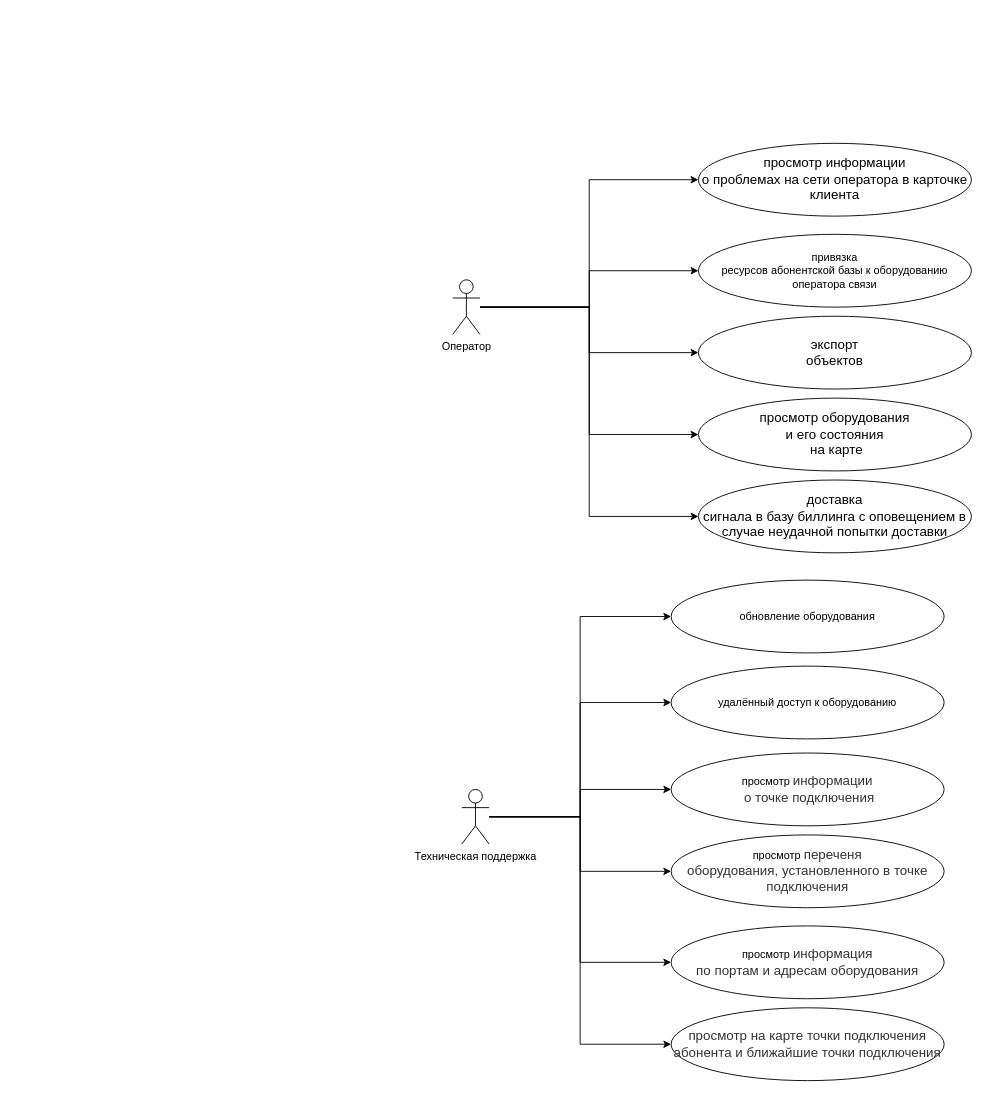
The draw.io diagram UML.drawio in LastChanse/Designing, before the edit. Source tidied: cells renumbered, new cells numbered last; positions are measured from the earlier drawing's top-left corner, leaving out a move shared by most shapes. Both pictures are drawn from the tidied source at 91%, with x=0, y=0 at pixel (452, 143).
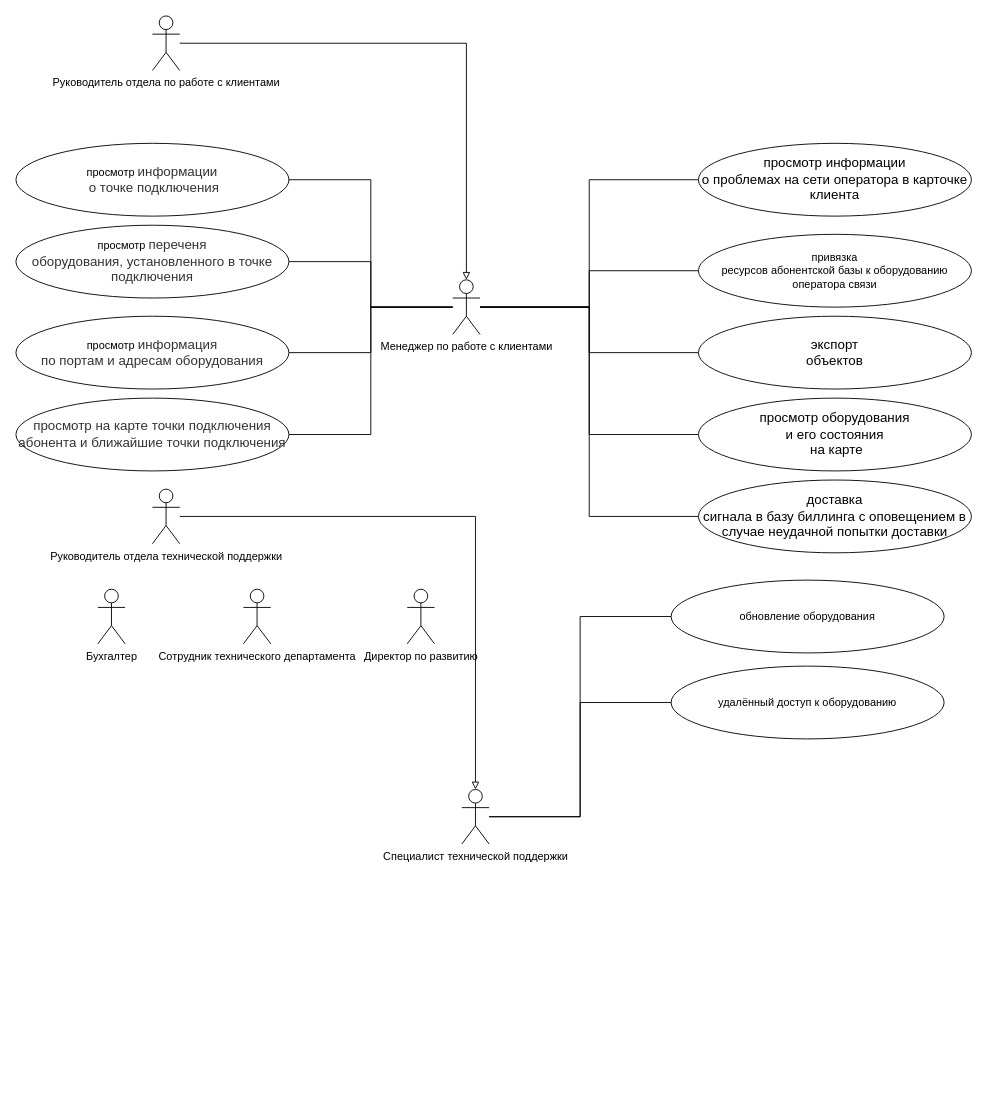
The same diagram, later.

Unchanged cells that the change refers to:
```xml
<mxCell id="8" value="&lt;div&gt;&lt;span lang=&quot;ru&quot;&gt;привязка&lt;/span&gt;&lt;/div&gt;&lt;div&gt;&lt;span lang=&quot;ru&quot;&gt;&lt;/span&gt;&lt;/div&gt;&lt;span lang=&quot;ru&quot;&gt;ресурсов абонентской базы к оборудованию оператора связи&lt;/span&gt;" style="ellipse;whiteSpace=wrap;html=1;" parent="1" vertex="1">
  <mxGeometry x="270" y="100" width="300" height="80" as="geometry" />
</mxCell>
<mxCell id="9" value="&lt;span style=&quot;font-size:11.0pt;line-height:&lt;br/&gt;115%;font-family:&amp;quot;Arial&amp;quot;,sans-serif;mso-fareast-font-family:Arial;color:black;&lt;br/&gt;mso-ansi-language:#0019;mso-fareast-language:RU;mso-bidi-language:AR-SA&quot; lang=&quot;ru&quot;&gt;экспорт&lt;br/&gt;объектов&lt;/span&gt;" style="ellipse;whiteSpace=wrap;html=1;" parent="1" vertex="1">
  <mxGeometry x="270" y="190" width="300" height="80" as="geometry" />
</mxCell>
<mxCell id="10" value="&lt;div&gt;&lt;span style=&quot;font-size:11.0pt;line-height:&lt;br/&gt;115%;font-family:&amp;quot;Arial&amp;quot;,sans-serif;mso-fareast-font-family:Arial;color:black;&lt;br/&gt;mso-ansi-language:#0019;mso-fareast-language:RU;mso-bidi-language:AR-SA&quot; lang=&quot;ru&quot;&gt;просмотр оборудования&lt;br/&gt;и его состояния&lt;/span&gt;&lt;/div&gt;&lt;div&gt;&lt;span style=&quot;font-size:11.0pt;line-height:&lt;br/&gt;115%;font-family:&amp;quot;Arial&amp;quot;,sans-serif;mso-fareast-font-family:Arial;color:black;&lt;br/&gt;mso-ansi-language:#0019;mso-fareast-language:RU;mso-bidi-language:AR-SA&quot; lang=&quot;ru&quot;&gt;&amp;nbsp;на карте&lt;/span&gt;&lt;/div&gt;" style="ellipse;whiteSpace=wrap;html=1;" parent="1" vertex="1">
  <mxGeometry x="270" y="280" width="300" height="80" as="geometry" />
</mxCell>
<mxCell id="11" value="&lt;span style=&quot;font-size:11.0pt;line-height:&lt;br/&gt;115%;font-family:&amp;quot;Arial&amp;quot;,sans-serif;mso-fareast-font-family:Arial;color:black;&lt;br/&gt;mso-ansi-language:#0019;mso-fareast-language:RU;mso-bidi-language:AR-SA&quot; lang=&quot;ru&quot;&gt;просмотр информации&lt;br/&gt;о проблемах на сети оператора в карточке клиента&lt;/span&gt;" style="ellipse;whiteSpace=wrap;html=1;" parent="1" vertex="1">
  <mxGeometry x="270" width="300" height="80" as="geometry" />
</mxCell>
<mxCell id="12" value="&lt;span style=&quot;font-size:11.0pt;line-height:&lt;br/&gt;115%;font-family:&amp;quot;Arial&amp;quot;,sans-serif;mso-fareast-font-family:Arial;color:black;&lt;br/&gt;mso-ansi-language:#0019;mso-fareast-language:RU;mso-bidi-language:AR-SA&quot; lang=&quot;ru&quot;&gt;доставка&lt;br/&gt;сигнала в базу биллинга с оповещением в случае неудачной попытки доставки&lt;/span&gt;" style="ellipse;whiteSpace=wrap;html=1;" parent="1" vertex="1">
  <mxGeometry x="270" y="370" width="300" height="80" as="geometry" />
</mxCell>
<mxCell id="20" value="&lt;div&gt;обновление оборудования&lt;br&gt;&lt;/div&gt;" style="ellipse;whiteSpace=wrap;html=1;" parent="1" vertex="1">
  <mxGeometry x="240" y="480" width="300" height="80" as="geometry" />
</mxCell>
<mxCell id="21" value="&lt;div&gt;удалённый доступ к оборудованию&lt;br&gt;&lt;/div&gt;" style="ellipse;whiteSpace=wrap;html=1;" parent="1" vertex="1">
  <mxGeometry x="240" y="574.5" width="300" height="80" as="geometry" />
</mxCell>
```

Change to the diagram source:
```diff
@@
-    <mxCell id="2" style="edgeStyle=orthogonalEdgeStyle;rounded=0;jettySize=auto;html=1;entryX=0;entryY=0.5;entryDx=0;entryDy=0;" parent="1" edge="1" source="7" target="10">
+    <mxCell id="2" style="edgeStyle=orthogonalEdgeStyle;rounded=0;jettySize=auto;html=1;entryX=0;entryY=0.5;entryDx=0;entryDy=0;endArrow=none;endFill=0;" parent="1" edge="1" source="7" target="10">
       <mxGeometry relative="1" as="geometry" />
     </mxCell>
-    <mxCell id="3" style="edgeStyle=orthogonalEdgeStyle;rounded=0;jettySize=auto;html=1;entryX=0;entryY=0.5;entryDx=0;entryDy=0;" parent="1" edge="1" source="7" target="8">
+    <mxCell id="3" style="edgeStyle=orthogonalEdgeStyle;rounded=0;jettySize=auto;html=1;entryX=0;entryY=0.5;entryDx=0;entryDy=0;endArrow=none;endFill=0;" parent="1" edge="1" source="7" target="8">
       <mxGeometry relative="1" as="geometry" />
     </mxCell>
-    <mxCell id="4" style="edgeStyle=orthogonalEdgeStyle;rounded=0;jettySize=auto;html=1;entryX=0;entryY=0.5;entryDx=0;entryDy=0;" parent="1" edge="1" source="7" target="9">
+    <mxCell id="4" style="edgeStyle=orthogonalEdgeStyle;rounded=0;jettySize=auto;html=1;entryX=0;entryY=0.5;entryDx=0;entryDy=0;endArrow=none;endFill=0;" parent="1" edge="1" source="7" target="9">
       <mxGeometry relative="1" as="geometry" />
     </mxCell>
-    <mxCell id="5" style="edgeStyle=orthogonalEdgeStyle;rounded=0;jettySize=auto;html=1;entryX=0;entryY=0.5;entryDx=0;entryDy=0;" parent="1" edge="1" source="7" target="11">
+    <mxCell id="5" style="edgeStyle=orthogonalEdgeStyle;rounded=0;jettySize=auto;html=1;entryX=0;entryY=0.5;entryDx=0;entryDy=0;endArrow=none;endFill=0;" parent="1" edge="1" source="7" target="11">
       <mxGeometry relative="1" as="geometry" />
     </mxCell>
-    <mxCell id="6" style="edgeStyle=orthogonalEdgeStyle;rounded=0;jettySize=auto;html=1;entryX=0;entryY=0.5;entryDx=0;entryDy=0;" parent="1" edge="1" source="7" target="12">
+    <mxCell id="6" style="edgeStyle=orthogonalEdgeStyle;rounded=0;jettySize=auto;html=1;entryX=0;entryY=0.5;entryDx=0;entryDy=0;endArrow=none;endFill=0;" parent="1" edge="1" source="7" target="12">
       <mxGeometry relative="1" as="geometry" />
     </mxCell>
+    <mxCell id="26" style="edgeStyle=orthogonalEdgeStyle;rounded=0;jettySize=auto;html=1;entryX=1;entryY=0.5;entryDx=0;entryDy=0;endArrow=none;endFill=0;" parent="1" edge="1" source="7" target="22">
+      <mxGeometry relative="1" as="geometry" />
+    </mxCell>
+    <mxCell id="27" style="edgeStyle=orthogonalEdgeStyle;rounded=0;jettySize=auto;html=1;entryX=1;entryY=0.5;entryDx=0;entryDy=0;endArrow=none;endFill=0;" parent="1" edge="1" source="7" target="23">
+      <mxGeometry relative="1" as="geometry" />
+    </mxCell>
+    <mxCell id="28" style="edgeStyle=orthogonalEdgeStyle;rounded=0;jettySize=auto;html=1;entryX=1;entryY=0.5;entryDx=0;entryDy=0;endArrow=none;endFill=0;" parent="1" edge="1" source="7" target="24">
+      <mxGeometry relative="1" as="geometry" />
+    </mxCell>
+    <mxCell id="29" style="edgeStyle=orthogonalEdgeStyle;rounded=0;jettySize=auto;html=1;entryX=1;entryY=0.5;entryDx=0;entryDy=0;endArrow=none;endFill=0;" parent="1" edge="1" source="7" target="25">
+      <mxGeometry relative="1" as="geometry" />
+    </mxCell>
-    <mxCell id="7" value="&lt;div&gt;Оператор&lt;/div&gt;&lt;div&gt;&lt;br&gt;&lt;/div&gt;" style="shape=umlActor;verticalLabelPosition=bottom;verticalAlign=top;html=1;outlineConnect=0;" parent="1" vertex="1">
+    <mxCell id="7" value="&lt;div&gt;Менеджер по работе с клиентами&lt;/div&gt;" style="shape=umlActor;verticalLabelPosition=bottom;verticalAlign=top;html=1;outlineConnect=0;" parent="1" vertex="1">
       <mxGeometry y="150" width="30" height="60" as="geometry" />
     </mxCell>
@@
-    <mxCell id="13" style="edgeStyle=orthogonalEdgeStyle;rounded=0;jettySize=auto;html=1;entryX=0;entryY=0.5;entryDx=0;entryDy=0;" parent="1" edge="1" source="19" target="20">
+    <mxCell id="13" style="edgeStyle=orthogonalEdgeStyle;rounded=0;jettySize=auto;html=1;entryX=0;entryY=0.5;entryDx=0;entryDy=0;endArrow=none;endFill=0;" parent="1" edge="1" source="19" target="20">
       <mxGeometry relative="1" as="geometry" />
     </mxCell>
-    <mxCell id="14" style="edgeStyle=orthogonalEdgeStyle;rounded=0;jettySize=auto;html=1;entryX=0;entryY=0.5;entryDx=0;entryDy=0;" parent="1" edge="1" source="19" target="21">
+    <mxCell id="14" style="edgeStyle=orthogonalEdgeStyle;rounded=0;jettySize=auto;html=1;entryX=0;entryY=0.5;entryDx=0;entryDy=0;endArrow=none;endFill=0;" parent="1" edge="1" source="19" target="21">
       <mxGeometry relative="1" as="geometry" />
     </mxCell>
-    <mxCell id="15" style="edgeStyle=orthogonalEdgeStyle;rounded=0;jettySize=auto;html=1;entryX=0;entryY=0.5;entryDx=0;entryDy=0;" parent="1" edge="1" source="19" target="22">
-      <mxGeometry relative="1" as="geometry" />
-    </mxCell>
-    <mxCell id="16" style="edgeStyle=orthogonalEdgeStyle;rounded=0;jettySize=auto;html=1;entryX=0;entryY=0.5;entryDx=0;entryDy=0;" parent="1" edge="1" source="19" target="23">
-      <mxGeometry relative="1" as="geometry" />
-    </mxCell>
-    <mxCell id="17" style="edgeStyle=orthogonalEdgeStyle;rounded=0;jettySize=auto;html=1;entryX=0;entryY=0.5;entryDx=0;entryDy=0;" parent="1" edge="1" source="19" target="24">
-      <mxGeometry relative="1" as="geometry" />
-    </mxCell>
-    <mxCell id="18" style="edgeStyle=orthogonalEdgeStyle;rounded=0;jettySize=auto;html=1;entryX=0;entryY=0.5;entryDx=0;entryDy=0;" parent="1" edge="1" source="19" target="25">
-      <mxGeometry relative="1" as="geometry" />
-    </mxCell>
-    <mxCell id="19" value="&lt;div&gt;Техническая поддержка&lt;/div&gt;" style="shape=umlActor;verticalLabelPosition=bottom;verticalAlign=top;html=1;outlineConnect=0;" parent="1" vertex="1">
+    <mxCell id="19" value="Специалист технической поддержки" style="shape=umlActor;verticalLabelPosition=bottom;verticalAlign=top;html=1;outlineConnect=0;" parent="1" vertex="1">
       <mxGeometry x="10" y="710" width="30" height="60" as="geometry" />
     </mxCell>
@@
     <mxCell id="22" value="&lt;div&gt;просмотр &lt;span style=&quot;font-size:11.0pt;line-height:&lt;br/&gt;115%;font-family:&amp;quot;Arial&amp;quot;,sans-serif;mso-fareast-font-family:Arial;color:#333333;&lt;br/&gt;mso-ansi-language:#0019;mso-fareast-language:RU;mso-bidi-language:AR-SA&quot; lang=&quot;ru&quot;&gt;информации&lt;/span&gt;&lt;/div&gt;&lt;div&gt;&lt;span style=&quot;font-size:11.0pt;line-height:&lt;br/&gt;115%;font-family:&amp;quot;Arial&amp;quot;,sans-serif;mso-fareast-font-family:Arial;color:#333333;&lt;br/&gt;mso-ansi-language:#0019;mso-fareast-language:RU;mso-bidi-language:AR-SA&quot; lang=&quot;ru&quot;&gt;&amp;nbsp;о точке подключения&lt;/span&gt;&lt;/div&gt;" style="ellipse;whiteSpace=wrap;html=1;" parent="1" vertex="1">
-      <mxGeometry x="240" y="670" width="300" height="80" as="geometry" />
+      <mxGeometry x="-480" width="300" height="80" as="geometry" />
     </mxCell>
     <mxCell id="23" value="&lt;div&gt;просмотр &lt;span style=&quot;font-size:11.0pt;line-height:&lt;br/&gt;115%;font-family:&amp;quot;Arial&amp;quot;,sans-serif;mso-fareast-font-family:Arial;color:#333333;&lt;br/&gt;mso-ansi-language:#0019;mso-fareast-language:RU;mso-bidi-language:AR-SA&quot; lang=&quot;ru&quot;&gt;переченя&lt;br/&gt;оборудования, установленного в точке подключения&lt;/span&gt;&lt;/div&gt;" style="ellipse;whiteSpace=wrap;html=1;" parent="1" vertex="1">
-      <mxGeometry x="240" y="760" width="300" height="80" as="geometry" />
+      <mxGeometry x="-480" y="90" width="300" height="80" as="geometry" />
     </mxCell>
     <mxCell id="24" value="&lt;div&gt;просмотр &lt;span style=&quot;font-size:11.0pt;line-height:&lt;br/&gt;115%;font-family:&amp;quot;Arial&amp;quot;,sans-serif;mso-fareast-font-family:Arial;color:#333333;&lt;br/&gt;mso-ansi-language:#0019;mso-fareast-language:RU;mso-bidi-language:AR-SA&quot; lang=&quot;ru&quot;&gt;информация&lt;br/&gt;по портам и адресам оборудования&lt;/span&gt;&lt;/div&gt;" style="ellipse;whiteSpace=wrap;html=1;" parent="1" vertex="1">
-      <mxGeometry x="240" y="860" width="300" height="80" as="geometry" />
+      <mxGeometry x="-480" y="190" width="300" height="80" as="geometry" />
     </mxCell>
     <mxCell id="25" value="&lt;span style=&quot;font-size:11.0pt;line-height:&lt;br/&gt;115%;font-family:&amp;quot;Arial&amp;quot;,sans-serif;mso-fareast-font-family:Arial;color:#333333;&lt;br/&gt;mso-ansi-language:#0019;mso-fareast-language:RU;mso-bidi-language:AR-SA&quot; lang=&quot;ru&quot;&gt;просмотр на карте точки подключения абонента и ближайшие точки подключения&lt;/span&gt;" style="ellipse;whiteSpace=wrap;html=1;" parent="1" vertex="1">
-      <mxGeometry x="240" y="950" width="300" height="80" as="geometry" />
+      <mxGeometry x="-480" y="280" width="300" height="80" as="geometry" />
     </mxCell>
+    <mxCell id="30" style="edgeStyle=orthogonalEdgeStyle;rounded=0;jettySize=auto;html=1;entryX=0.5;entryY=0;entryDx=0;entryDy=0;entryPerimeter=0;endArrow=block;endFill=0;" parent="1" edge="1" source="31" target="7">
+      <mxGeometry relative="1" as="geometry" />
+    </mxCell>
+    <mxCell id="31" value="Руководитель отдела по работе с клиентами" style="shape=umlActor;verticalLabelPosition=bottom;verticalAlign=top;html=1;outlineConnect=0;" parent="1" vertex="1">
+      <mxGeometry x="-330" y="-140" width="30" height="60" as="geometry" />
+    </mxCell>
+    <mxCell id="32" style="edgeStyle=orthogonalEdgeStyle;rounded=0;jettySize=auto;html=1;entryX=0.5;entryY=0;entryDx=0;entryDy=0;entryPerimeter=0;endArrow=block;endFill=0;" parent="1" edge="1" source="33" target="19">
+      <mxGeometry relative="1" as="geometry" />
+    </mxCell>
+    <mxCell id="33" value="Руководитель отдела технической поддержки" style="shape=umlActor;verticalLabelPosition=bottom;verticalAlign=top;html=1;outlineConnect=0;" parent="1" vertex="1">
+      <mxGeometry x="-330" y="380" width="30" height="60" as="geometry" />
+    </mxCell>
+    <mxCell id="34" value="Бухгалтер" style="shape=umlActor;verticalLabelPosition=bottom;verticalAlign=top;html=1;" parent="1" vertex="1">
+      <mxGeometry x="-390" y="490" width="30" height="60" as="geometry" />
+    </mxCell>
+    <mxCell id="35" value="Директор по развитию" style="shape=umlActor;verticalLabelPosition=bottom;verticalAlign=top;html=1;" parent="1" vertex="1">
+      <mxGeometry x="-50" y="490" width="30" height="60" as="geometry" />
+    </mxCell>
+    <mxCell id="36" value="Сотрудник технического департамента" style="shape=umlActor;verticalLabelPosition=bottom;verticalAlign=top;html=1;" parent="1" vertex="1">
+      <mxGeometry x="-230" y="490" width="30" height="60" as="geometry" />
+    </mxCell>
```
